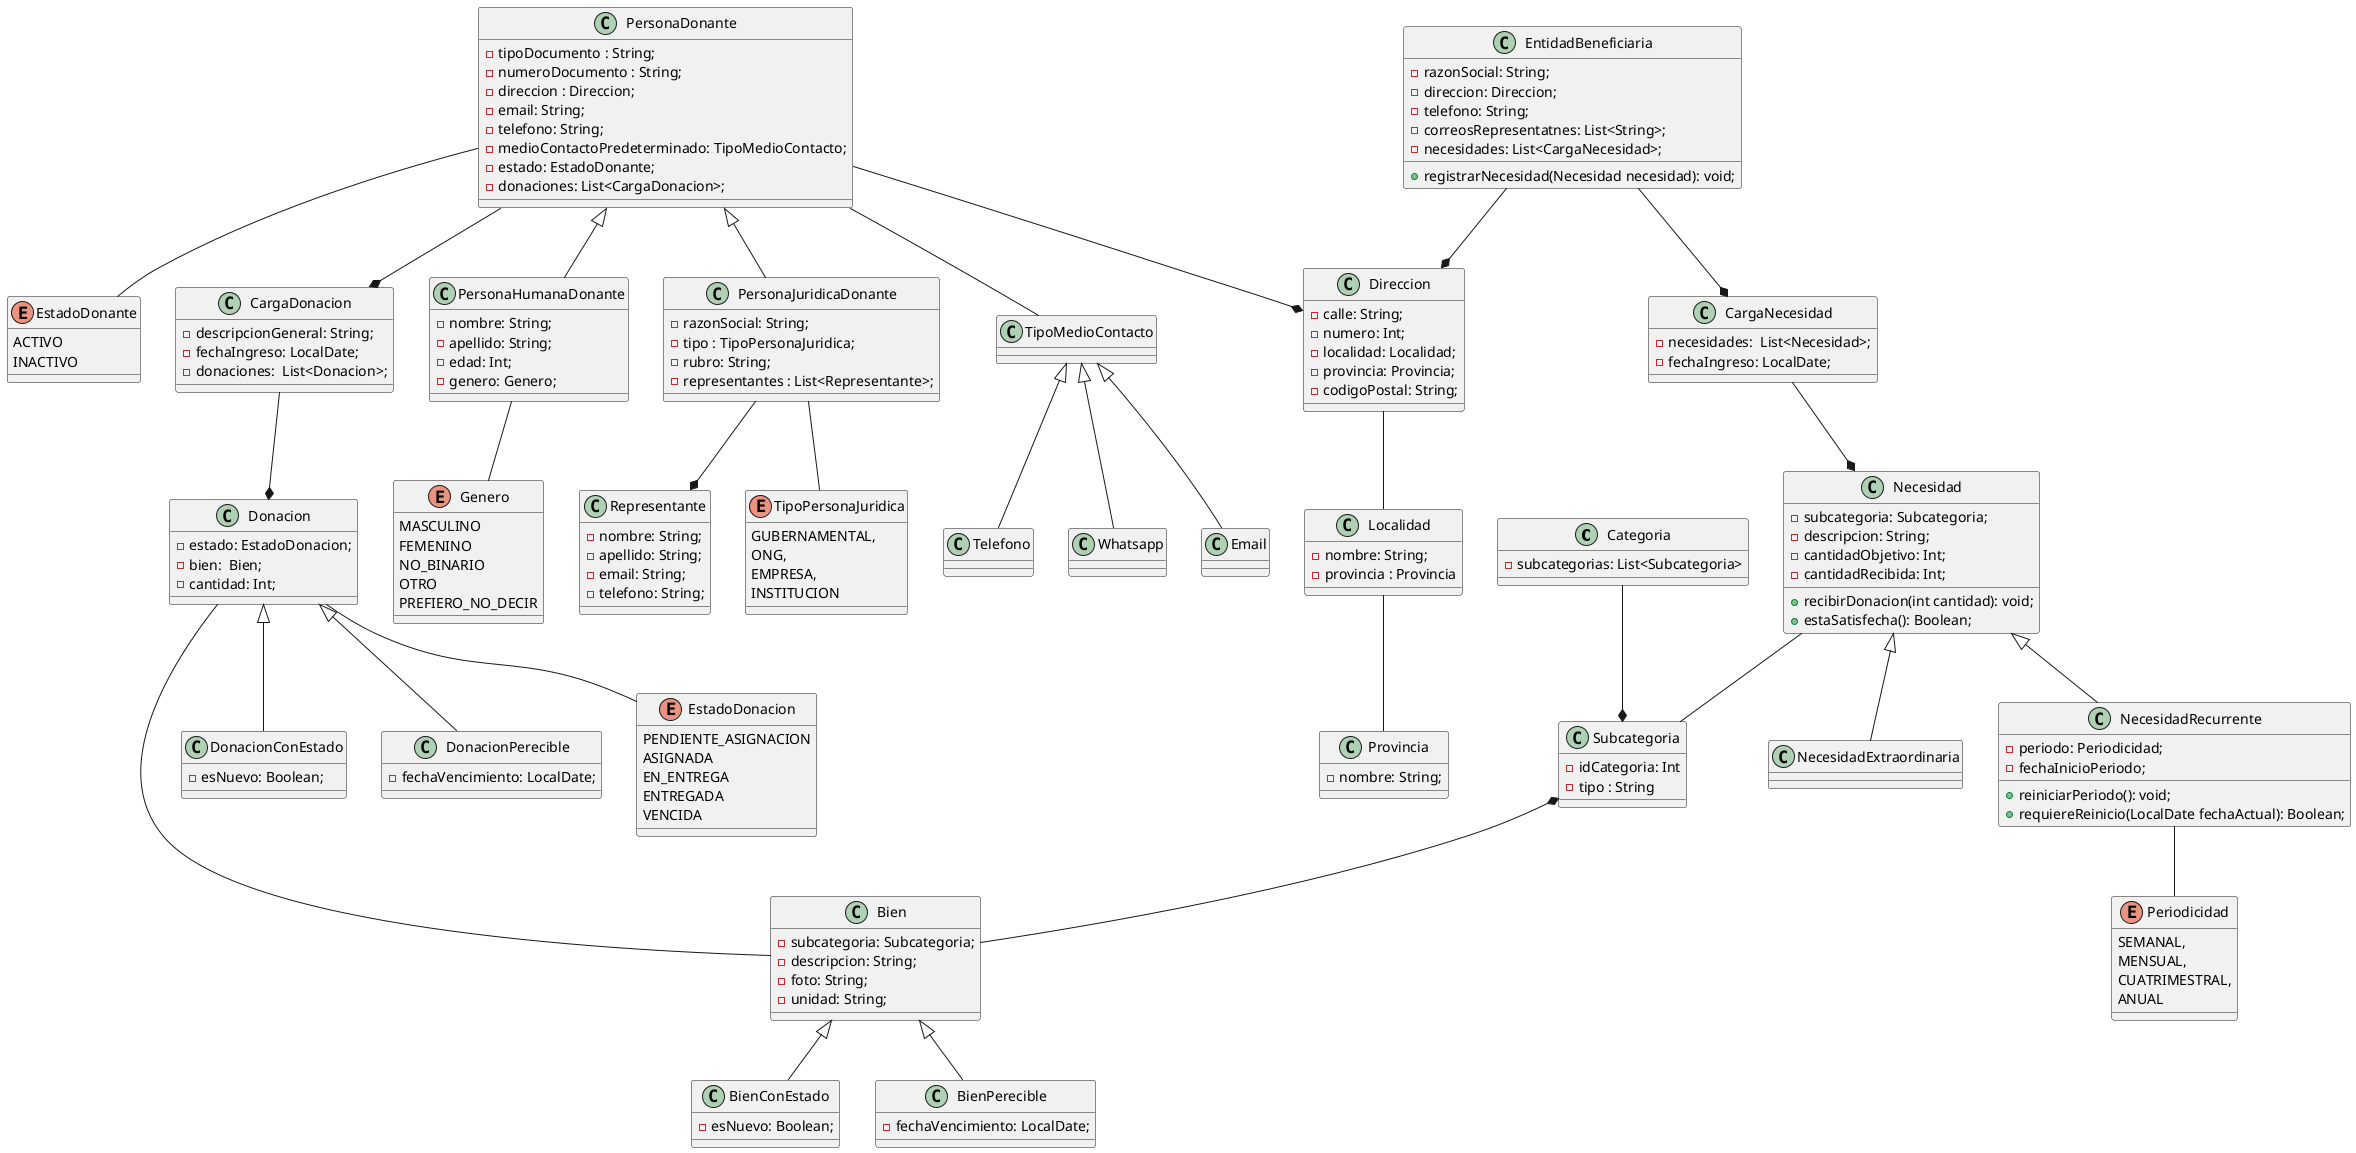
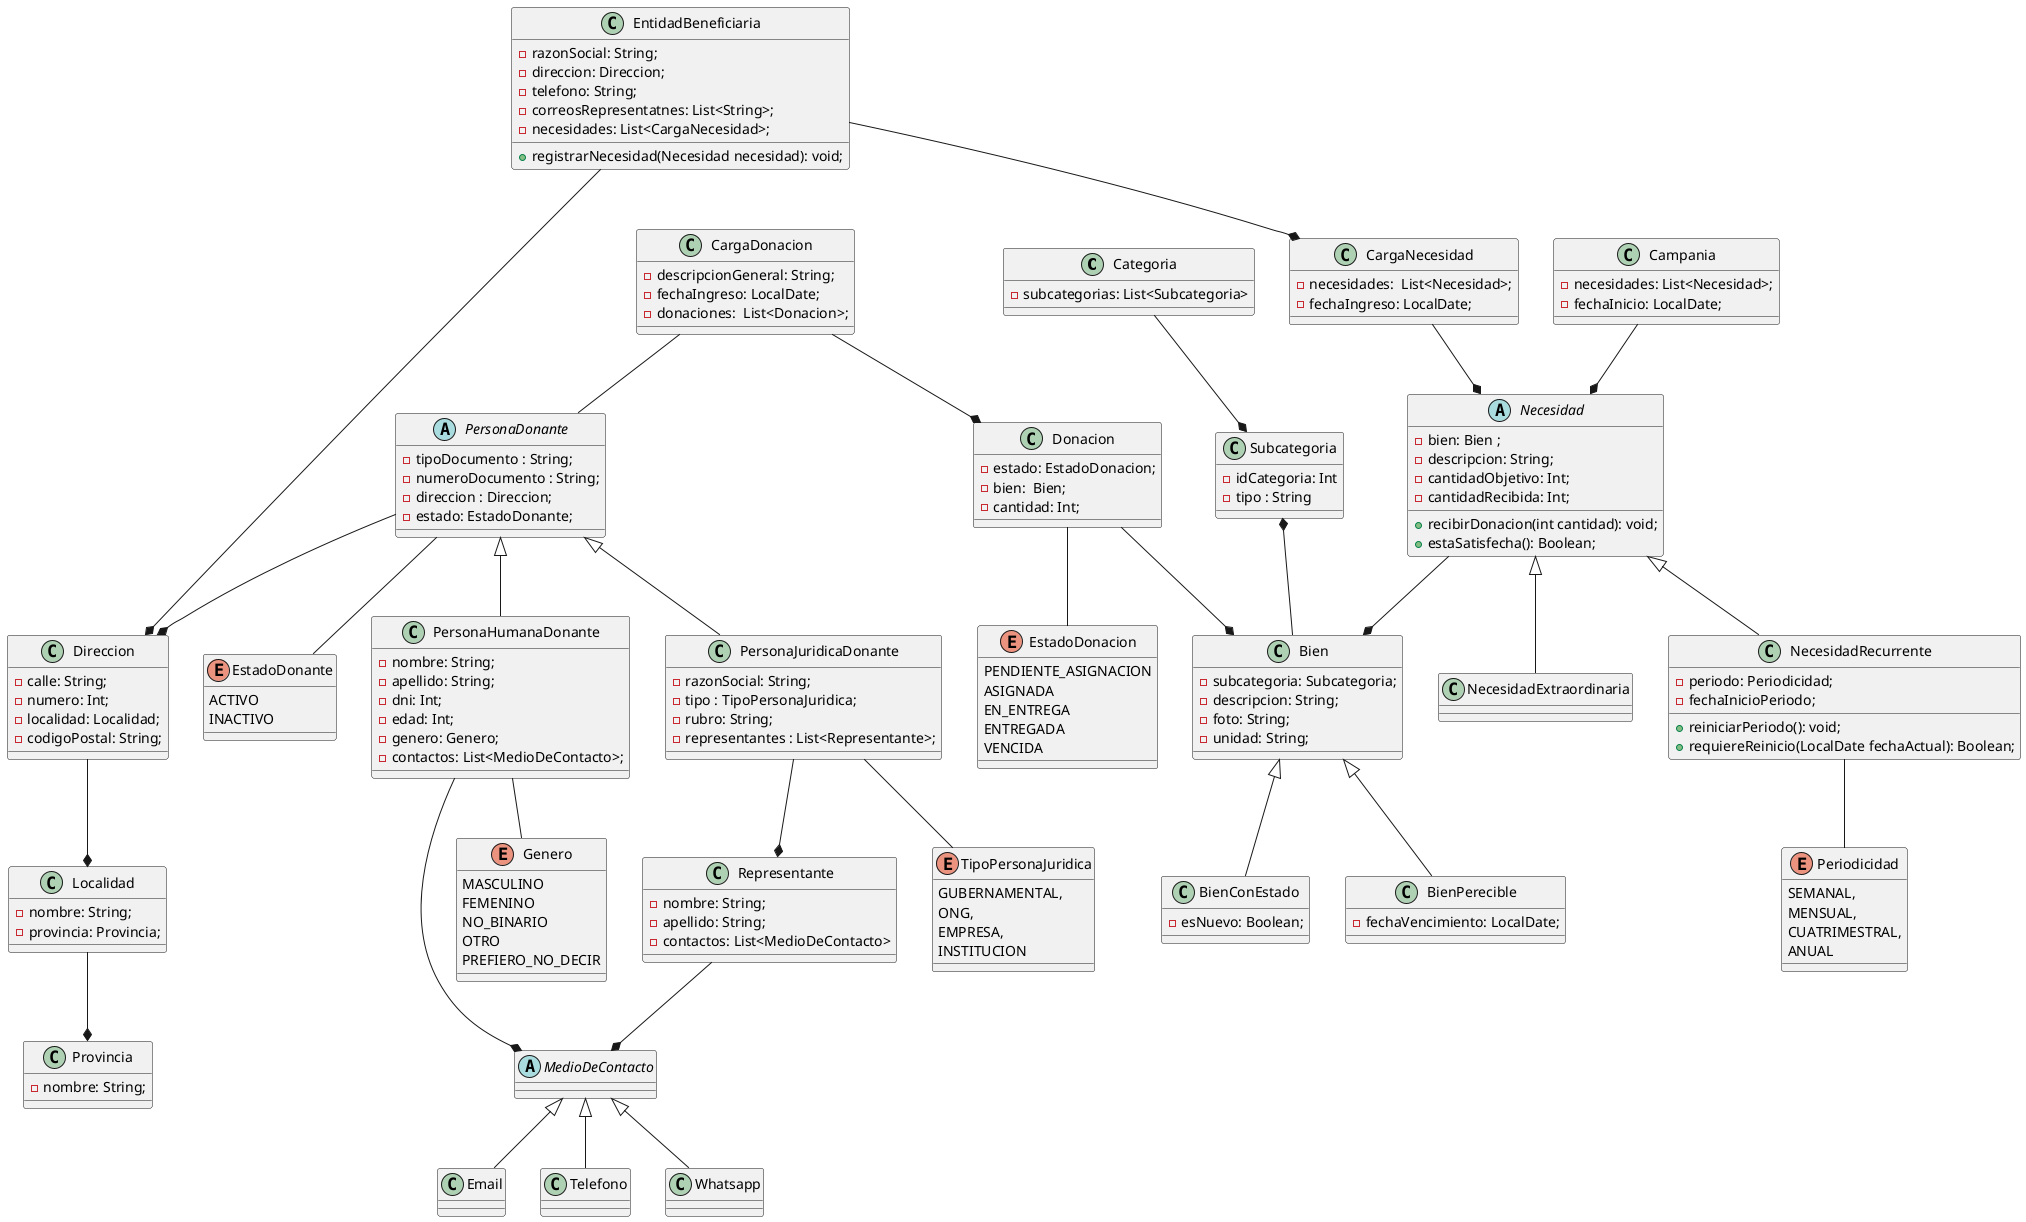
@startuml diagrama-De-Clases

class Categoria{
  - subcategorias: List<Subcategoria>
}

class Subcategoria{
  - idCategoria: Int
  - tipo : String
}

- class TipoMedioContacto{
+ abstract class MedioDeContacto{

}

class Email{

}

class Telefono{

}

class Whatsapp{
- 
}

class Bien{
    - subcategoria: Subcategoria;
    - descripcion: String;
    - foto: String;
    - unidad: String;
}

class BienConEstado{
    - esNuevo: Boolean;
}

class BienPerecible{
    - fechaVencimiento: LocalDate;
}

class CargaDonacion{
    - descripcionGeneral: String;
    - fechaIngreso: LocalDate;
    - donaciones:  List<Donacion>;
}

class Donacion{
    - estado: EstadoDonacion;
    - bien:  Bien;
    - cantidad: Int;
- }
- 
- class DonacionConEstado{
-     - esNuevo: Boolean;
- }
- 
- class DonacionPerecible{
-     - fechaVencimiento: LocalDate;
}

enum EstadoDonacion{
    PENDIENTE_ASIGNACION
    ASIGNADA
    EN_ENTREGA
    ENTREGADA
    VENCIDA
}

enum EstadoDonante{
    ACTIVO
    INACTIVO
}

enum Genero{
    MASCULINO
    FEMENINO
    NO_BINARIO
    OTRO
    PREFIERO_NO_DECIR
}

- class PersonaDonante{
+ abstract class PersonaDonante{
    - tipoDocumento : String;
    - numeroDocumento : String;
    - direccion : Direccion;
-     - email: String;
-     - telefono: String;
-     - medioContactoPredeterminado: TipoMedioContacto;
    - estado: EstadoDonante;
-     - donaciones: List<CargaDonacion>;
}

class PersonaHumanaDonante{
    - nombre: String;
    - apellido: String;
+     - dni: Int;
    - edad: Int;
    - genero: Genero;
+     - contactos: List<MedioDeContacto>;
}

class PersonaJuridicaDonante{
    - razonSocial: String;
    - tipo : TipoPersonaJuridica;
    - rubro: String;
    - representantes : List<Representante>;
}

class Representante{
    - nombre: String;
    - apellido: String;
-     - email: String;
-     - telefono: String;
+     - contactos: List<MedioDeContacto>
}

enum TipoPersonaJuridica {
    GUBERNAMENTAL,
    ONG,
    EMPRESA,
    INSTITUCION
}

class Direccion{
    - calle: String;
    - numero: Int;
    - localidad: Localidad;
-     - provincia: Provincia;
    - codigoPostal: String;
}

class Localidad{
- nombre: String;
- - provincia : Provincia
+ - provincia: Provincia;
}

class Provincia{
- nombre: String;
}

class EntidadBeneficiaria{
    - razonSocial: String;
    - direccion: Direccion;
    - telefono: String;
    - correosRepresentatnes: List<String>;
    - necesidades: List<CargaNecesidad>;

    + registrarNecesidad(Necesidad necesidad): void;
}

- class Necesidad{
-     - subcategoria: Subcategoria;
+ abstract class Necesidad{
+     - bien: Bien ;
    - descripcion: String;
    - cantidadObjetivo: Int;
    - cantidadRecibida: Int;

    + recibirDonacion(int cantidad): void;
    + estaSatisfecha(): Boolean;
}

class CargaNecesidad{
    - necesidades:  List<Necesidad>;
    - fechaIngreso: LocalDate;
}

class NecesidadExtraordinaria{

}

class NecesidadRecurrente{
    - periodo: Periodicidad;
    - fechaInicioPeriodo;

    + reiniciarPeriodo(): void;
    + requiereReinicio(LocalDate fechaActual): Boolean;
}

enum Periodicidad{
    SEMANAL,
    MENSUAL,
    CUATRIMESTRAL,
    ANUAL
}

+ class Campania{
+     - necesidades: List<Necesidad>;
+     - fechaInicio: LocalDate;
+ }
+ 
+ Campania --* Necesidad
+ 
+ 
Bien <|-- BienConEstado
Bien <|-- BienPerecible

- Donacion <|-- DonacionConEstado
- Donacion <|-- DonacionPerecible
- Donacion -- Bien
+ 
+ Donacion --* Bien
Donacion -- EstadoDonacion

CargaDonacion --* Donacion
+ CargaDonacion -- PersonaDonante

PersonaDonante <|-- PersonaHumanaDonante
PersonaDonante <|-- PersonaJuridicaDonante
- PersonaDonante -- TipoMedioContacto
- PersonaDonante --* CargaDonacion
+ PersonaHumanaDonante --* MedioDeContacto
PersonaDonante --* Direccion
PersonaDonante -- EstadoDonante

- TipoMedioContacto <|-- Email
- TipoMedioContacto <|-- Telefono
- TipoMedioContacto <|-- Whatsapp
+ MedioDeContacto <|-- Email
+ MedioDeContacto <|-- Telefono
+ MedioDeContacto <|-- Whatsapp
+ 
+ Representante --* MedioDeContacto

Necesidad <|-- NecesidadExtraordinaria
Necesidad <|-- NecesidadRecurrente
- Necesidad -- Subcategoria
+ Necesidad --* Bien

CargaNecesidad --* Necesidad

NecesidadRecurrente -- Periodicidad

PersonaJuridicaDonante -- TipoPersonaJuridica
PersonaJuridicaDonante --* Representante

PersonaHumanaDonante -- Genero

EntidadBeneficiaria --* CargaNecesidad
EntidadBeneficiaria --* Direccion

- Direccion -- Localidad
- Localidad -- Provincia
+ Direccion --* Localidad
+ Localidad --* Provincia

Categoria --* Subcategoria
Subcategoria *-- Bien

@enduml